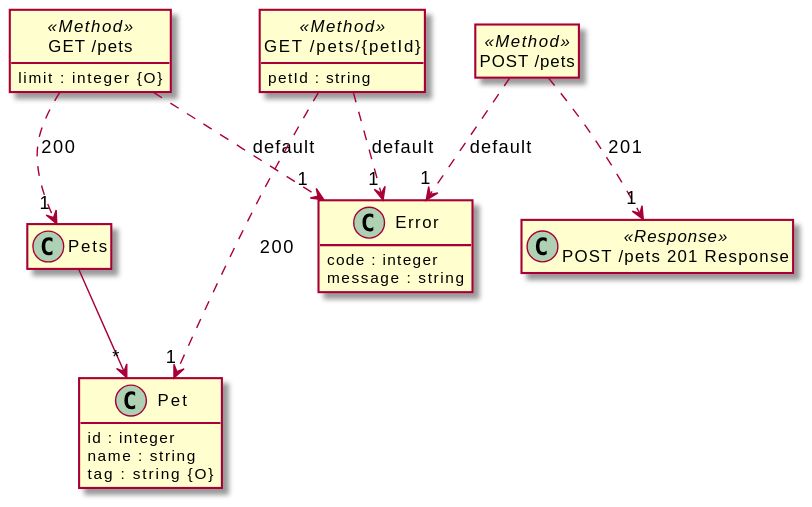
Earlier version of the PlantUML export src/docs/tests/petstore.puml.svg (davidmoten/openapi-to-plantuml).
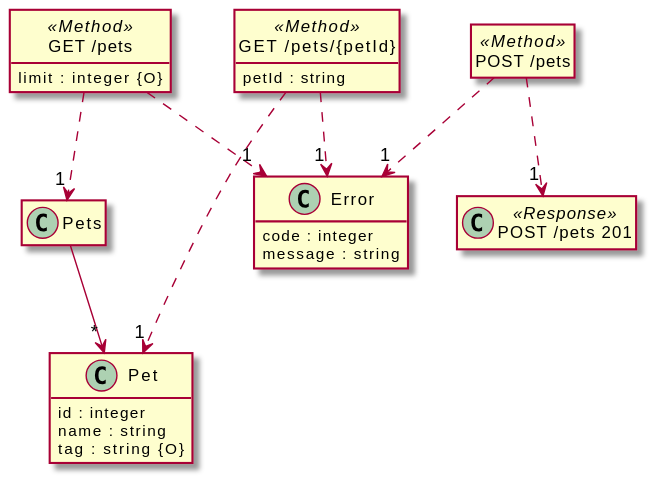
The same diagram one commit later.

What changed in the source:
```diff
@@ -25,7 +25,7 @@
 class "POST /pets" <<Method>> {
 }
 
-class "POST /pets 201 Response" <<Response>> {
+class "POST /pets 201" <<Response>> {
 }
 
 class "GET /pets/{petId}" <<Method>> {
@@ -34,16 +34,16 @@
 
 "Pets" --> "*" "Pet"
 
-"GET /pets" ..> "1" "Pets" : "200"
+"GET /pets" ..> "1" "Pets"
 
-"GET /pets" ..> "1" "Error" : "default"
+"GET /pets" ..> "1" "Error"
 
-"POST /pets" ..> "1" "POST /pets 201 Response" : "201"
+"POST /pets" ..> "1" "POST /pets 201"
 
-"POST /pets" ..> "1" "Error" : "default"
+"POST /pets" ..> "1" "Error"
 
-"GET /pets/{petId}" ..> "1" "Pet" : "200"
+"GET /pets/{petId}" ..> "1" "Pet"
 
-"GET /pets/{petId}" ..> "1" "Error" : "default"
+"GET /pets/{petId}" ..> "1" "Error"
 
 @enduml
```
